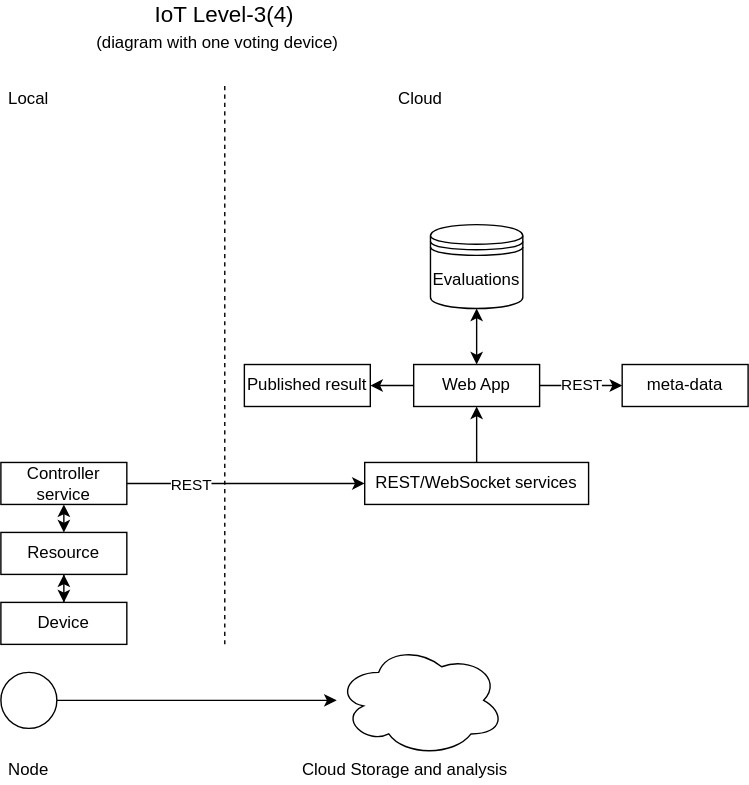
This is ArchitecturalDiagram.svg from oyjoh/DAT250-FeedApp-Project, a draw.io export, as it was before one commit. Source tidied: cells renumbered, new cells last; positions are measured from the earlier drawing's top-left corner, leaving out a move shared by most shapes. Its diagram source:
```xml
<mxGraphModel>
  <root>
    <mxCell id="0" />
    <mxCell id="1" parent="0" />
    <mxCell id="2" style="endArrow=none;dashed=1;html=1;" parent="1" edge="1">
      <mxGeometry relative="1" as="geometry">
        <mxPoint x="160" y="460" as="sourcePoint" />
        <mxPoint x="160" y="60" as="targetPoint" />
      </mxGeometry>
    </mxCell>
    <mxCell id="3" value="Local" style="text;html=1;strokeColor=none;fillColor=none;align=center;verticalAlign=middle;whiteSpace=wrap;rounded=0;" parent="1" vertex="1">
      <mxGeometry y="60" width="40" height="20" as="geometry" />
    </mxCell>
    <mxCell id="4" value="Cloud" style="text;html=1;strokeColor=none;fillColor=none;align=center;verticalAlign=middle;whiteSpace=wrap;rounded=0;" parent="1" vertex="1">
      <mxGeometry x="280" y="60" width="40" height="20" as="geometry" />
    </mxCell>
    <mxCell id="5" value="&lt;font style=&quot;font-size: 16px&quot;&gt;IoT Level-3(4)&lt;/font&gt;" style="text;html=1;strokeColor=none;fillColor=none;align=center;verticalAlign=middle;whiteSpace=wrap;rounded=0;" parent="1" vertex="1">
      <mxGeometry x="90" width="140" height="20" as="geometry" />
    </mxCell>
    <mxCell id="6" value="(diagram with one voting device)" style="text;html=1;strokeColor=none;fillColor=none;align=center;verticalAlign=middle;whiteSpace=wrap;rounded=0;" parent="1" vertex="1">
      <mxGeometry x="65" y="20" width="180" height="20" as="geometry" />
    </mxCell>
    <mxCell id="7" value="Device" style="rounded=0;whiteSpace=wrap;html=1;" parent="1" vertex="1">
      <mxGeometry y="430" width="90" height="30" as="geometry" />
    </mxCell>
    <mxCell id="8" style="edgeStyle=orthogonalEdgeStyle;rounded=0;jettySize=auto;html=1;entryX=0.5;entryY=0;entryDx=0;entryDy=0;strokeColor=#000000;startArrow=classic;startFill=1;" parent="1" edge="1" source="9" target="7">
      <mxGeometry relative="1" as="geometry" />
    </mxCell>
    <mxCell id="9" value="Resource" style="rounded=0;whiteSpace=wrap;html=1;" parent="1" vertex="1">
      <mxGeometry y="380" width="90" height="30" as="geometry" />
    </mxCell>
    <mxCell id="10" style="edgeStyle=orthogonalEdgeStyle;rounded=0;jettySize=auto;html=1;exitX=0.5;exitY=1;exitDx=0;exitDy=0;entryX=0.5;entryY=0;entryDx=0;entryDy=0;startArrow=classic;startFill=1;strokeColor=#000000;" parent="1" edge="1" source="13" target="9">
      <mxGeometry relative="1" as="geometry" />
    </mxCell>
    <mxCell id="11" style="edgeStyle=orthogonalEdgeStyle;rounded=0;jettySize=auto;html=1;startArrow=none;startFill=0;strokeColor=#000000;" parent="1" edge="1" source="13" target="20">
      <mxGeometry relative="1" as="geometry" />
    </mxCell>
    <mxCell id="12" value="REST" style="edgeLabel;html=1;align=center;verticalAlign=middle;" parent="11" vertex="1">
      <mxGeometry x="-0.23" y="3" relative="1" as="geometry">
        <mxPoint x="-20" y="3" as="offset" />
      </mxGeometry>
    </mxCell>
    <mxCell id="13" value="Controller service" style="rounded=0;whiteSpace=wrap;html=1;" parent="1" vertex="1">
      <mxGeometry y="330" width="90" height="30" as="geometry" />
    </mxCell>
    <mxCell id="14" style="edgeStyle=orthogonalEdgeStyle;rounded=0;jettySize=auto;html=1;startArrow=none;startFill=0;strokeColor=#000000;" parent="1" edge="1" source="15" target="16">
      <mxGeometry relative="1" as="geometry" />
    </mxCell>
    <mxCell id="15" style="ellipse;whiteSpace=wrap;html=1;" parent="1" vertex="1">
      <mxGeometry y="480" width="40" height="40" as="geometry" />
    </mxCell>
    <mxCell id="16" style="ellipse;shape=cloud;whiteSpace=wrap;html=1;" parent="1" vertex="1">
      <mxGeometry x="240" y="460" width="120" height="80" as="geometry" />
    </mxCell>
    <mxCell id="17" value="Node" style="text;html=1;strokeColor=none;fillColor=none;align=center;verticalAlign=middle;whiteSpace=wrap;rounded=0;" parent="1" vertex="1">
      <mxGeometry y="540" width="40" height="20" as="geometry" />
    </mxCell>
    <mxCell id="18" value="Cloud Storage and analysis" style="text;html=1;strokeColor=none;fillColor=none;align=center;verticalAlign=middle;whiteSpace=wrap;rounded=0;" parent="1" vertex="1">
      <mxGeometry x="174" y="540" width="230" height="20" as="geometry" />
    </mxCell>
    <mxCell id="19" style="edgeStyle=orthogonalEdgeStyle;rounded=0;jettySize=auto;html=1;entryX=0.5;entryY=1;entryDx=0;entryDy=0;startArrow=none;startFill=0;strokeColor=#000000;" parent="1" edge="1" source="20" target="23">
      <mxGeometry relative="1" as="geometry" />
    </mxCell>
    <mxCell id="20" value="REST/WebSocket services" style="rounded=0;whiteSpace=wrap;html=1;" parent="1" vertex="1">
      <mxGeometry x="260" y="330" width="160" height="30" as="geometry" />
    </mxCell>
    <mxCell id="21" value="REST" style="edgeStyle=orthogonalEdgeStyle;rounded=0;jettySize=auto;html=1;entryX=0;entryY=0.5;entryDx=0;entryDy=0;startArrow=none;startFill=0;strokeColor=#000000;" parent="1" edge="1" source="23" target="26">
      <mxGeometry relative="1" as="geometry" />
    </mxCell>
    <mxCell id="22" style="edgeStyle=orthogonalEdgeStyle;rounded=0;jettySize=auto;html=1;startArrow=none;startFill=0;strokeColor=#000000;" parent="1" edge="1" source="23" target="27">
      <mxGeometry relative="1" as="geometry" />
    </mxCell>
    <mxCell id="23" value="Web App" style="rounded=0;whiteSpace=wrap;html=1;" parent="1" vertex="1">
      <mxGeometry x="295" y="260" width="90" height="30" as="geometry" />
    </mxCell>
    <mxCell id="24" style="edgeStyle=orthogonalEdgeStyle;rounded=0;jettySize=auto;html=1;exitX=0.5;exitY=1;exitDx=0;exitDy=0;entryX=0.5;entryY=0;entryDx=0;entryDy=0;startArrow=classic;startFill=1;strokeColor=#000000;" parent="1" edge="1" source="25" target="23">
      <mxGeometry relative="1" as="geometry" />
    </mxCell>
    <mxCell id="25" value="Evaluations" style="shape=datastore;whiteSpace=wrap;html=1;" parent="1" vertex="1">
      <mxGeometry x="307" y="160" width="66" height="60" as="geometry" />
    </mxCell>
    <mxCell id="26" value="meta-data" style="rounded=0;whiteSpace=wrap;html=1;" parent="1" vertex="1">
      <mxGeometry x="444" y="260" width="90" height="30" as="geometry" />
    </mxCell>
    <mxCell id="27" value="Published result" style="rounded=0;whiteSpace=wrap;html=1;" parent="1" vertex="1">
      <mxGeometry x="174" y="260" width="90" height="30" as="geometry" />
    </mxCell>
  </root>
</mxGraphModel>
```
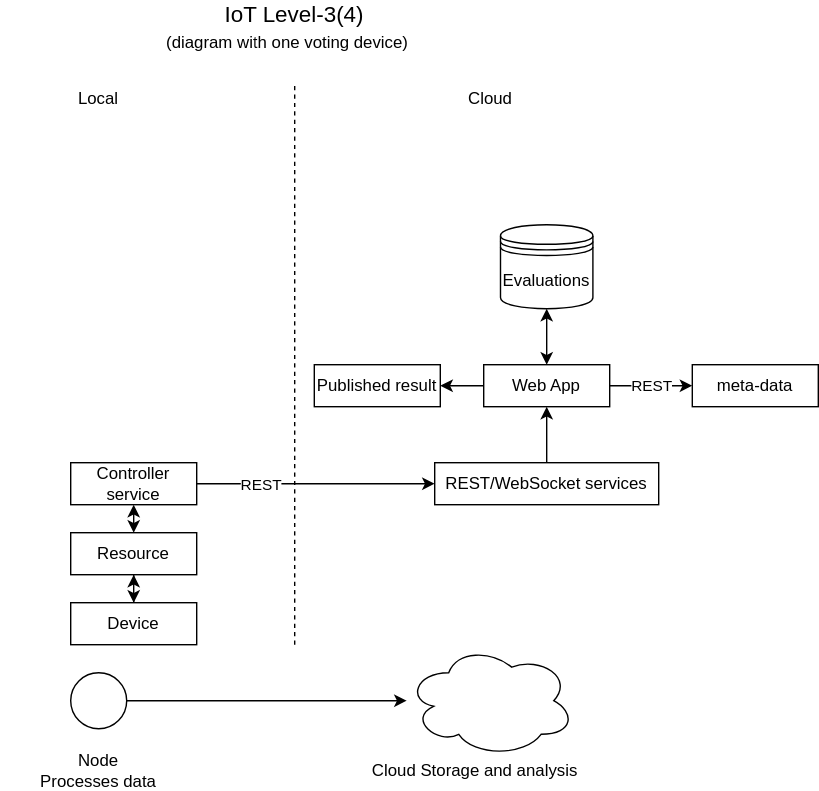
After the change.

The edit, as a diff of the source:
```diff
@@ -52,8 +52,8 @@
     <mxCell id="16" style="ellipse;shape=cloud;whiteSpace=wrap;html=1;" parent="1" vertex="1">
       <mxGeometry x="240" y="460" width="120" height="80" as="geometry" />
     </mxCell>
-    <mxCell id="17" value="Node" style="text;html=1;strokeColor=none;fillColor=none;align=center;verticalAlign=middle;whiteSpace=wrap;rounded=0;" parent="1" vertex="1">
-      <mxGeometry y="540" width="40" height="20" as="geometry" />
+    <mxCell id="17" value="Node&lt;br&gt;Processes data" style="text;html=1;strokeColor=none;fillColor=none;align=center;verticalAlign=middle;whiteSpace=wrap;rounded=0;" parent="1" vertex="1">
+      <mxGeometry x="-50" y="540" width="140" height="20" as="geometry" />
     </mxCell>
     <mxCell id="18" value="Cloud Storage and analysis" style="text;html=1;strokeColor=none;fillColor=none;align=center;verticalAlign=middle;whiteSpace=wrap;rounded=0;" parent="1" vertex="1">
       <mxGeometry x="174" y="540" width="230" height="20" as="geometry" />
```
